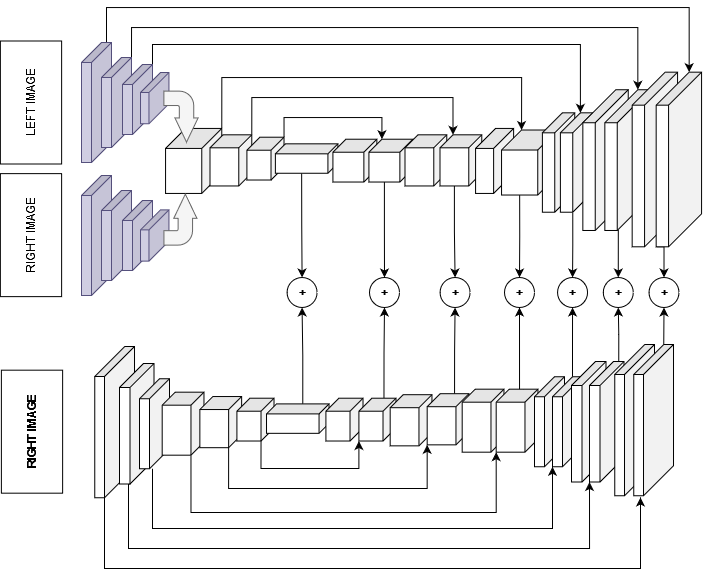
This is test.png from APVGITHUB/stereo-fpga, a draw.io export, as it was before one commit. Source tidied: cells renumbered, new cells last; positions are measured from the earlier drawing's top-left corner, leaving out a move shared by most shapes.
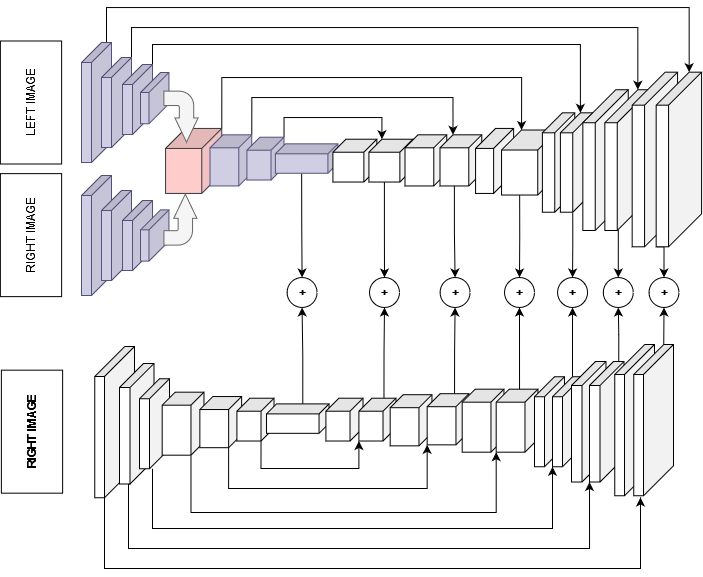
Above is the later version.

Change to the diagram source:
```diff
@@ -59,7 +59,7 @@
         </Array>
       </mxGeometry>
     </mxCell>
-    <mxCell id="16" style="shape=cube;whiteSpace=wrap;html=1;boundedLbl=1;backgroundOutline=1;darkOpacity=0.05;darkOpacity2=0.1;rotation=90;" parent="1" vertex="1">
+    <mxCell id="16" style="shape=cube;whiteSpace=wrap;html=1;boundedLbl=1;backgroundOutline=1;darkOpacity=0.05;darkOpacity2=0.1;rotation=90;fillColor=#ffcccc;strokeColor=#36393d;" parent="1" vertex="1">
       <mxGeometry x="191.7" y="125.3" width="65" height="56.2" as="geometry" />
     </mxCell>
     <mxCell id="17" style="html=1;shadow=0;dashed=0;align=center;verticalAlign=middle;shape=mxgraph.arrows2.bendArrow;dy=7.21;dx=24.16;notch=0;arrowHead=23.15;rounded=1;rotation=90;fillColor=#f5f5f5;strokeColor=#666666;fontColor=#333333;" parent="1" vertex="1">
@@ -76,7 +76,7 @@
         </Array>
       </mxGeometry>
     </mxCell>
-    <mxCell id="20" style="shape=cube;whiteSpace=wrap;html=1;boundedLbl=1;backgroundOutline=1;darkOpacity=0.05;darkOpacity2=0.1;rotation=90;size=13;" parent="1" vertex="1">
+    <mxCell id="20" style="shape=cube;whiteSpace=wrap;html=1;boundedLbl=1;backgroundOutline=1;darkOpacity=0.05;darkOpacity2=0.1;rotation=90;size=13;fillColor=#d0cee2;strokeColor=#56517e;" parent="1" vertex="1">
       <mxGeometry x="235.8" y="132" width="51.1" height="41.8" as="geometry" />
     </mxCell>
     <mxCell id="21" style="edgeStyle=orthogonalEdgeStyle;rounded=0;jettySize=auto;html=1;exitX=0;exitY=0;exitDx=0;exitDy=0;exitPerimeter=0;entryX=0;entryY=0;entryDx=0;entryDy=30.950000000000003;entryPerimeter=0;" parent="1" edge="1" source="22" target="27">
@@ -87,13 +87,13 @@
         </Array>
       </mxGeometry>
     </mxCell>
-    <mxCell id="22" style="shape=cube;whiteSpace=wrap;html=1;boundedLbl=1;backgroundOutline=1;darkOpacity=0.05;darkOpacity2=0.1;rotation=90;size=13;" parent="1" vertex="1">
+    <mxCell id="22" style="shape=cube;whiteSpace=wrap;html=1;boundedLbl=1;backgroundOutline=1;darkOpacity=0.05;darkOpacity2=0.1;rotation=90;size=13;fillColor=#d0cee2;strokeColor=#56517e;" parent="1" vertex="1">
       <mxGeometry x="274.6" y="132.6" width="42.8" height="37.1" as="geometry" />
     </mxCell>
     <mxCell id="23" style="edgeStyle=orthogonalEdgeStyle;rounded=0;jettySize=auto;html=1;exitX=0;exitY=0;exitDx=29.43;exitDy=36.269999999999996;exitPerimeter=0;entryX=0.5;entryY=0;entryDx=0;entryDy=0;" parent="1" edge="1" source="24" target="76">
       <mxGeometry relative="1" as="geometry" />
     </mxCell>
-    <mxCell id="24" style="shape=cube;whiteSpace=wrap;html=1;boundedLbl=1;backgroundOutline=1;darkOpacity=0.05;darkOpacity2=0.1;rotation=90;size=10;" parent="1" vertex="1">
+    <mxCell id="24" style="shape=cube;whiteSpace=wrap;html=1;boundedLbl=1;backgroundOutline=1;darkOpacity=0.05;darkOpacity2=0.1;rotation=90;size=10;fillColor=#d0cee2;strokeColor=#56517e;" parent="1" vertex="1">
       <mxGeometry x="322.4" y="119.8" width="29.4" height="62.5" as="geometry" />
     </mxCell>
     <mxCell id="25" style="shape=cube;whiteSpace=wrap;html=1;boundedLbl=1;backgroundOutline=1;darkOpacity=0.05;darkOpacity2=0.1;rotation=90;size=13;" parent="1" vertex="1">
```
